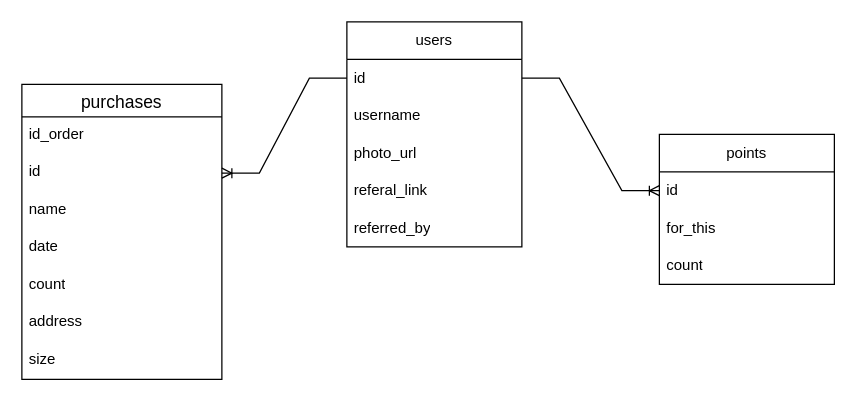
Above: Диаграмма бд.drawio in nezqt3/MiniAppShopTgBot (draw.io), before the change. Source tidied: cells renumbered, new cells numbered last; positions are measured from the earlier drawing's top-left corner, leaving out a move shared by most shapes. Both pictures are drawn from the tidied source at 125%, with x=0, y=0 at pixel (21, 21).
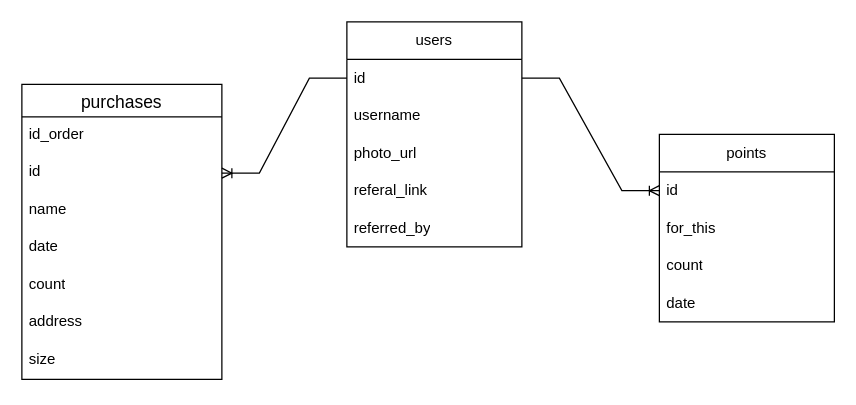
The same page after the edit.

Diff of the diagram source:
```diff
@@
     <mxCell id="8" value="points" style="swimlane;fontStyle=0;horizontal=1;startSize=30;whiteSpace=wrap;html=1;" parent="1" vertex="1">
-      <mxGeometry x="510" y="90" width="140" height="120" as="geometry" />
+      <mxGeometry x="510" y="90" width="140" height="150" as="geometry" />
     </mxCell>
@@
+    <mxCell id="22" value="date" style="text;strokeColor=none;fillColor=none;align=left;verticalAlign=middle;spacingLeft=4;spacingRight=4;overflow=hidden;whiteSpace=wrap;html=1;" parent="8" vertex="1">
+      <mxGeometry y="120" width="140" height="30" as="geometry" />
+    </mxCell>
```
